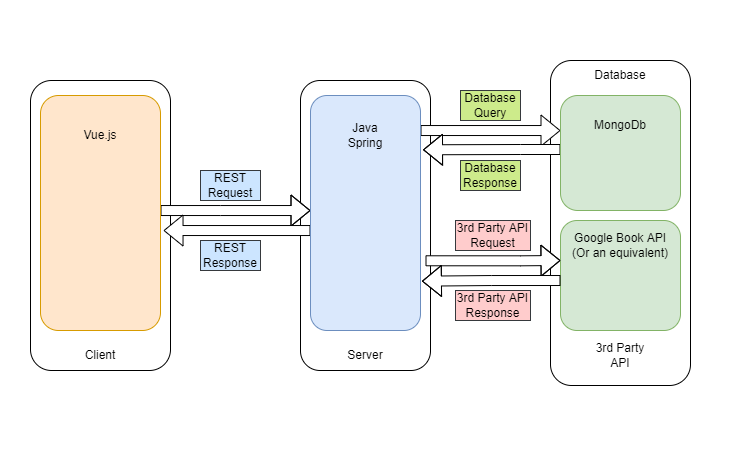
Earlier version of the draw.io export img/ArchitectureBlockDiagram.png (gurtejboparai/bookwyrm). Source tidied: cells renumbered, new cells last; positions are measured from the earlier drawing's top-left corner, leaving out a move shared by most shapes.
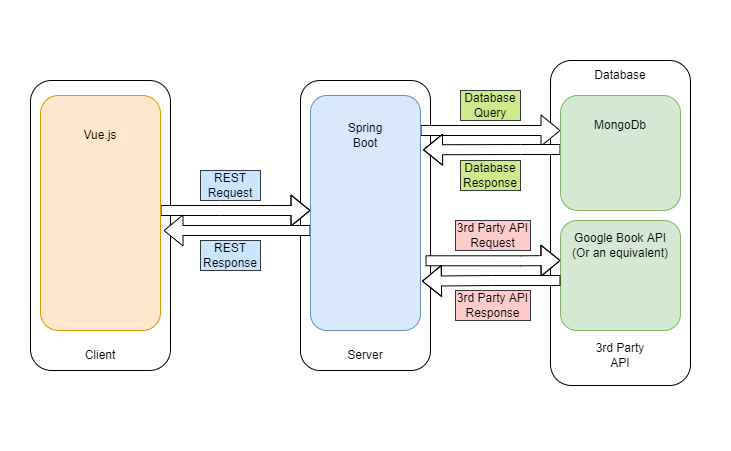
The same file after the commit.

Commit message:
#24 Update Architecture block diagram

Diff of the diagram source:
```diff
@@ -61,7 +61,7 @@
     <mxCell id="14" value="MongoDb" style="text;html=1;strokeColor=none;fillColor=none;align=center;verticalAlign=middle;whiteSpace=wrap;rounded=0;" parent="1" vertex="1">
       <mxGeometry x="590" y="110" width="60" height="30" as="geometry" />
     </mxCell>
-    <mxCell id="15" value="Java Spring" style="text;html=1;strokeColor=none;fillColor=none;align=center;verticalAlign=middle;whiteSpace=wrap;rounded=0;" parent="1" vertex="1">
+    <mxCell id="15" value="Spring Boot" style="text;html=1;strokeColor=none;fillColor=none;align=center;verticalAlign=middle;whiteSpace=wrap;rounded=0;" parent="1" vertex="1">
       <mxGeometry x="335" y="120" width="60" height="30" as="geometry" />
     </mxCell>
     <mxCell id="16" value="REST Request" style="text;html=1;strokeColor=#36393d;fillColor=#cce5ff;align=center;verticalAlign=middle;whiteSpace=wrap;rounded=0;" parent="1" vertex="1">
```
